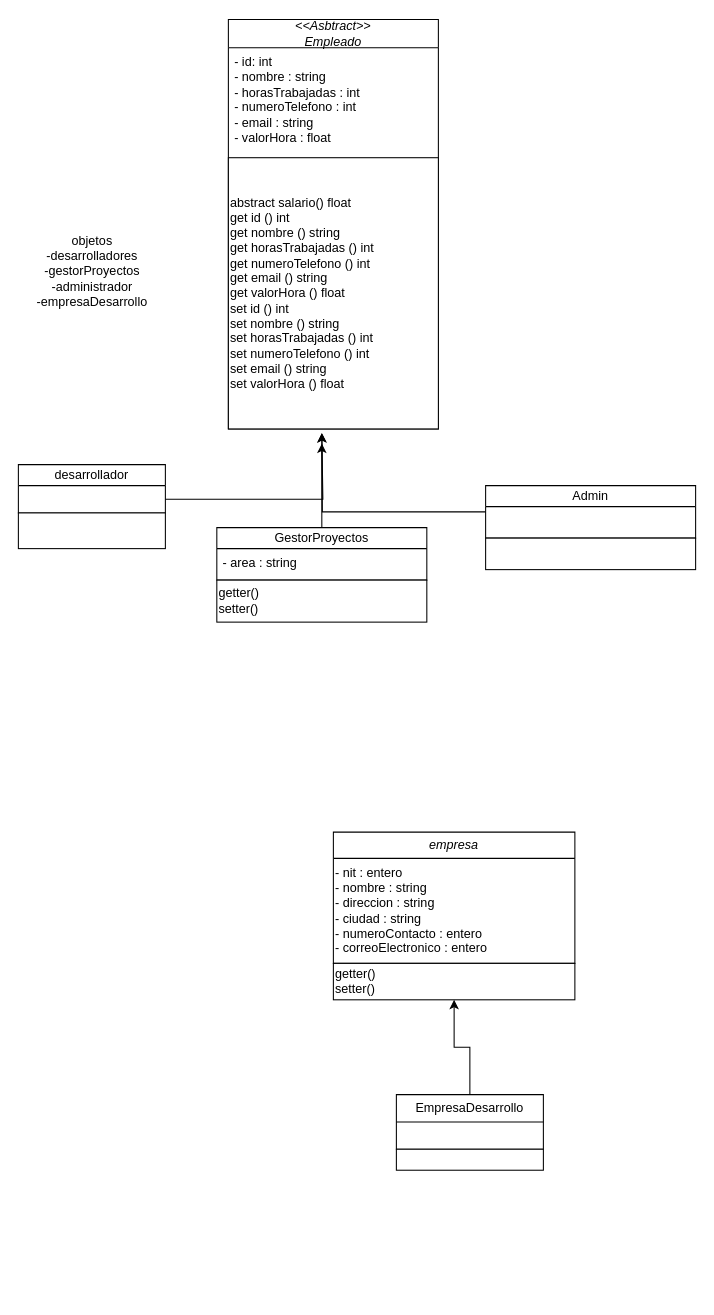
Above: POOIUD/taller1/src/taller1.drawio in Leoardila95/POO-IUD (draw.io), before the change. Source tidied: cells renumbered, new cells numbered last; positions are measured from the earlier drawing's top-left corner, leaving out a move shared by most shapes. Both pictures are drawn from the tidied source at 105%, with x=0, y=0 at pixel (18, 19).
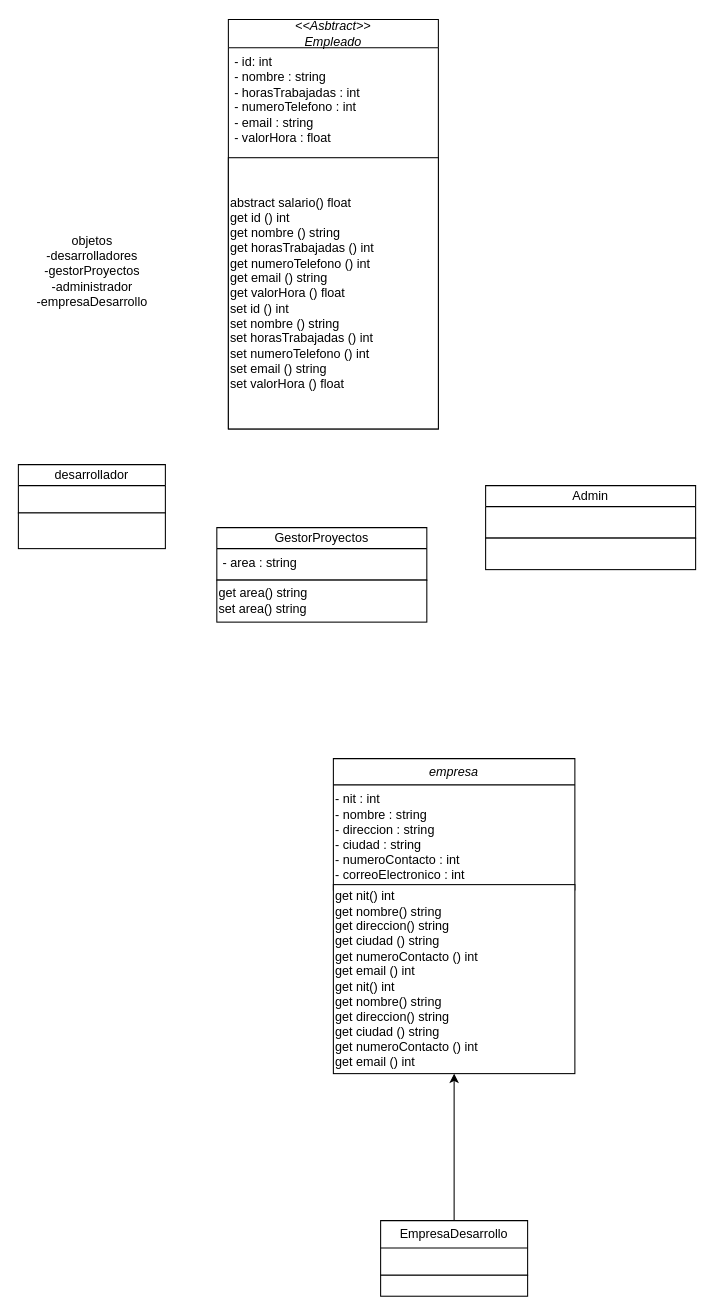
The same page after the edit.

Unchanged cells that the change refers to:
```xml
<mxCell id="4" value="desarrollador" style="swimlane;fontStyle=0;horizontal=1;startSize=20;fillColor=none;whiteSpace=wrap;html=1;" parent="3" vertex="1">
  <mxGeometry width="140" height="46" as="geometry" />
</mxCell>
<mxCell id="6" style="group;" parent="1" vertex="1">
  <mxGeometry x="189" y="484" width="200" height="90" as="geometry" />
</mxCell>
<mxCell id="7" value="GestorProyectos" style="swimlane;fontStyle=0;horizontal=1;startSize=20;fillColor=none;whiteSpace=wrap;html=1;" parent="6" vertex="1">
  <mxGeometry width="200" height="50" as="geometry" />
</mxCell>
<mxCell id="12" value="Admin" style="swimlane;fontStyle=0;horizontal=1;startSize=20;fillColor=none;whiteSpace=wrap;html=1;" parent="1" vertex="1">
  <mxGeometry x="445" y="444" width="200" height="50" as="geometry" />
</mxCell>
<mxCell id="21" value="&lt;i&gt;empresa&lt;/i&gt;" style="swimlane;fontStyle=0;horizontal=1;startSize=25;fillColor=none;whiteSpace=wrap;html=1;" parent="20" vertex="1">
  <mxGeometry width="230" height="125" as="geometry" />
</mxCell>
```

The edit, as a diff of the source:
```diff
@@
-    <mxCell id="9" value="getter()&lt;div&gt;setter()&lt;/div&gt;" style="html=1;whiteSpace=wrap;align=left;" parent="6" vertex="1">
+    <mxCell id="9" value="get area() string&lt;div&gt;set area() string&lt;/div&gt;" style="html=1;whiteSpace=wrap;align=left;" parent="6" vertex="1">
       <mxGeometry y="50" width="200" height="40" as="geometry" />
     </mxCell>
-    <mxCell id="10" style="edgeStyle=orthogonalEdgeStyle;rounded=0;jettySize=auto;html=1;" parent="1" edge="1" source="7">
-      <mxGeometry relative="1" as="geometry">
-        <mxPoint x="289" y="404" as="targetPoint" />
-      </mxGeometry>
-    </mxCell>
-    <mxCell id="11" style="edgeStyle=orthogonalEdgeStyle;rounded=0;jettySize=auto;html=1;" parent="1" edge="1" source="12">
-      <mxGeometry relative="1" as="geometry">
-        <mxPoint x="289" y="394" as="targetPoint" />
-      </mxGeometry>
-    </mxCell>
@@
-    <mxCell id="16" style="edgeStyle=orthogonalEdgeStyle;rounded=0;jettySize=auto;html=1;" parent="1" edge="1" source="4">
-      <mxGeometry relative="1" as="geometry">
-        <mxPoint x="289" y="394" as="targetPoint" />
-        <Array as="points">
-          <mxPoint x="290" y="457" />
-        </Array>
-      </mxGeometry>
-    </mxCell>
     <mxCell id="17" style="group;" parent="1" vertex="1">
-      <mxGeometry x="360" y="1024" width="140" height="72" as="geometry" />
+      <mxGeometry x="345" y="1144" width="140" height="72" as="geometry" />
     </mxCell>
@@
     <mxCell id="20" style="group;" parent="1" vertex="1">
-      <mxGeometry x="300" y="774" width="230" height="159.7" as="geometry" />
+      <mxGeometry x="300" y="704" width="230" height="300" as="geometry" />
     </mxCell>
@@
-    <mxCell id="22" value="- nit : entero&lt;div&gt;- nombre : string&lt;/div&gt;&lt;div&gt;- direccion : string&lt;/div&gt;&lt;div&gt;- ciudad : string&lt;/div&gt;&lt;div&gt;- numeroContacto : entero&lt;/div&gt;&lt;div&gt;- correoElectronico : entero&lt;/div&gt;" style="text;html=1;align=left;verticalAlign=middle;strokeColor=none;fillColor=none;" parent="21" vertex="1">
+    <mxCell id="22" value="- nit : int&lt;div&gt;- nombre : string&lt;/div&gt;&lt;div&gt;- direccion : string&lt;/div&gt;&lt;div&gt;- ciudad : string&lt;/div&gt;&lt;div&gt;- numeroContacto : int&lt;/div&gt;&lt;div&gt;- correoElectronico : int&lt;/div&gt;" style="text;html=1;align=left;verticalAlign=middle;strokeColor=none;fillColor=none;" parent="21" vertex="1">
       <mxGeometry y="25" width="230" height="100" as="geometry" />
     </mxCell>
-    <mxCell id="23" value="getter()&lt;div&gt;setter()&lt;/div&gt;" style="html=1;whiteSpace=wrap;align=left;" parent="20" vertex="1">
-      <mxGeometry y="125" width="230" height="34.7" as="geometry" />
+    <mxCell id="23" value="get nit() int&lt;div&gt;get nombre() string&lt;/div&gt;&lt;div&gt;get direccion() string&lt;/div&gt;&lt;div&gt;get ciudad () string&lt;/div&gt;&lt;div&gt;get numeroContacto () int&lt;/div&gt;&lt;div&gt;get email () int&lt;br&gt;&lt;div&gt;get nit() int&lt;div&gt;get nombre() string&lt;/div&gt;&lt;div&gt;get direccion() string&lt;/div&gt;&lt;div&gt;get ciudad () string&lt;/div&gt;&lt;div&gt;get numeroContacto () int&lt;/div&gt;&lt;div&gt;get email () int&lt;/div&gt;&lt;/div&gt;&lt;/div&gt;" style="html=1;whiteSpace=wrap;align=left;" parent="20" vertex="1">
+      <mxGeometry y="120" width="230" height="180" as="geometry" />
     </mxCell>
```
